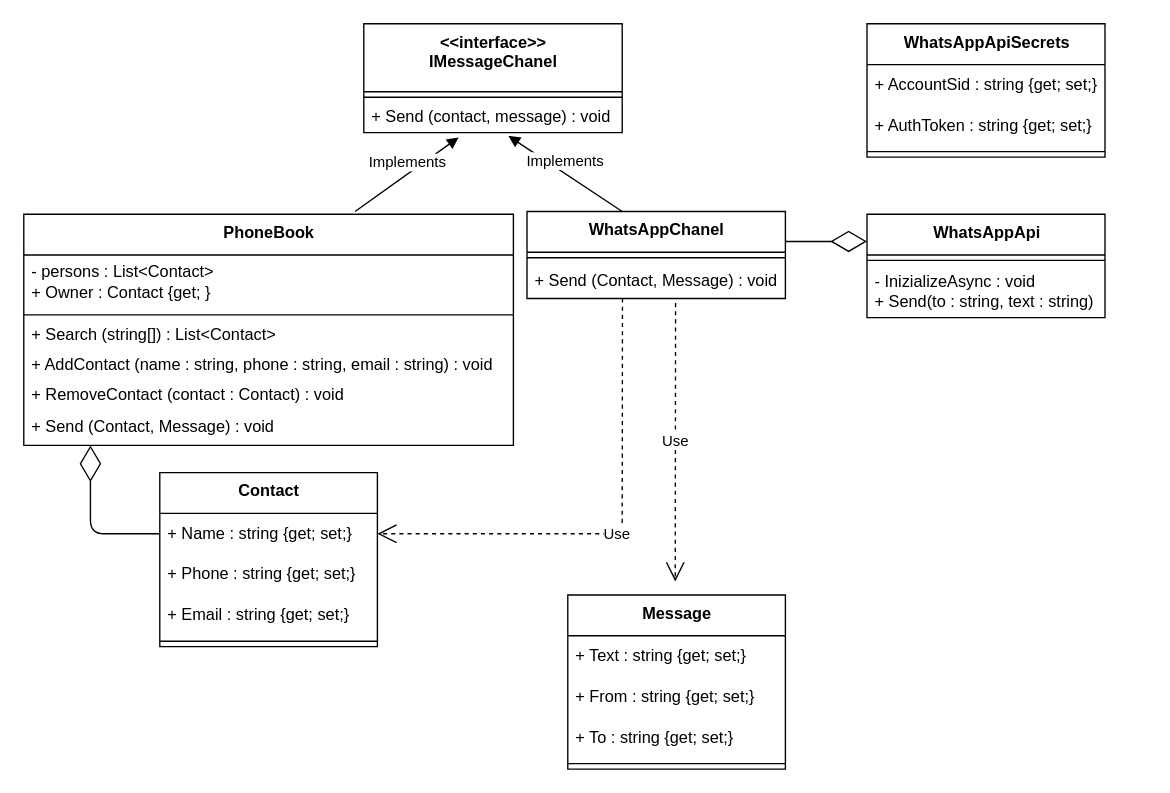
Above: uml.drawio in juanalopez1/phonebook (draw.io), before the change. Source tidied: cells renumbered, new cells numbered last; positions are measured from the earlier drawing's top-left corner, leaving out a move shared by most shapes. Both pictures are drawn from the tidied source at 136%, with x=0, y=0 at pixel (23, 23).
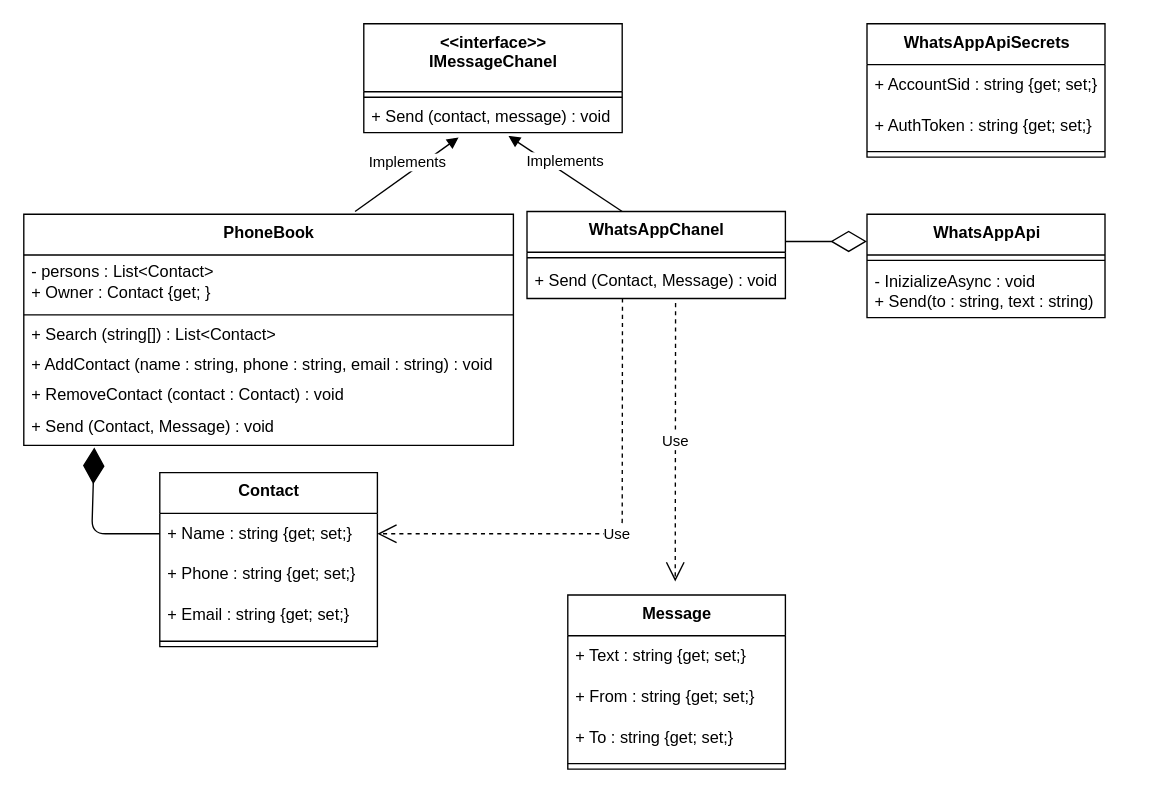
The same diagram, later.

The change refers to these unchanged cells:
```xml
<mxCell id="3" value="+ Name : string {get; set;}" style="text;html=1;strokeColor=none;fillColor=none;align=left;verticalAlign=middle;spacingLeft=4;spacingRight=4;overflow=hidden;points=[[0,0.5],[1,0.5]];portConstraint=eastwest;" parent="2" vertex="1">
  <mxGeometry y="30" width="160" height="30" as="geometry" />
</mxCell>
<mxCell id="16" value="+ Send (Contact, Message) : void&amp;nbsp;" style="text;html=1;strokeColor=none;fillColor=none;align=left;verticalAlign=middle;spacingLeft=4;spacingRight=4;overflow=hidden;points=[[0,0.5],[1,0.5]];portConstraint=eastwest;" parent="10" vertex="1">
  <mxGeometry y="144" width="360" height="26" as="geometry" />
</mxCell>
```

The edit, as a diff of the source:
```diff
@@
-    <mxCell id="34" style="endArrow=diamondThin;endFill=0;endSize=24;html=1;fontSize=14;exitX=0;exitY=0.5;exitDx=0;exitDy=0;" parent="1" edge="1" source="3">
-      <mxGeometry relative="1" as="geometry">
-        <mxPoint x="49" y="310" as="targetPoint" />
-        <Array as="points">
-          <mxPoint x="49" y="375" />
-        </Array>
-      </mxGeometry>
-    </mxCell>
@@
+    <mxCell id="38" style="endArrow=diamondThin;endFill=1;endSize=24;html=1;entryX=0.144;entryY=1.062;entryDx=0;entryDy=0;entryPerimeter=0;exitX=0;exitY=0.5;exitDx=0;exitDy=0;" parent="1" edge="1" source="3" target="16">
+      <mxGeometry relative="1" as="geometry">
+        <Array as="points">
+          <mxPoint x="50" y="375" />
+        </Array>
+      </mxGeometry>
+    </mxCell>
```
